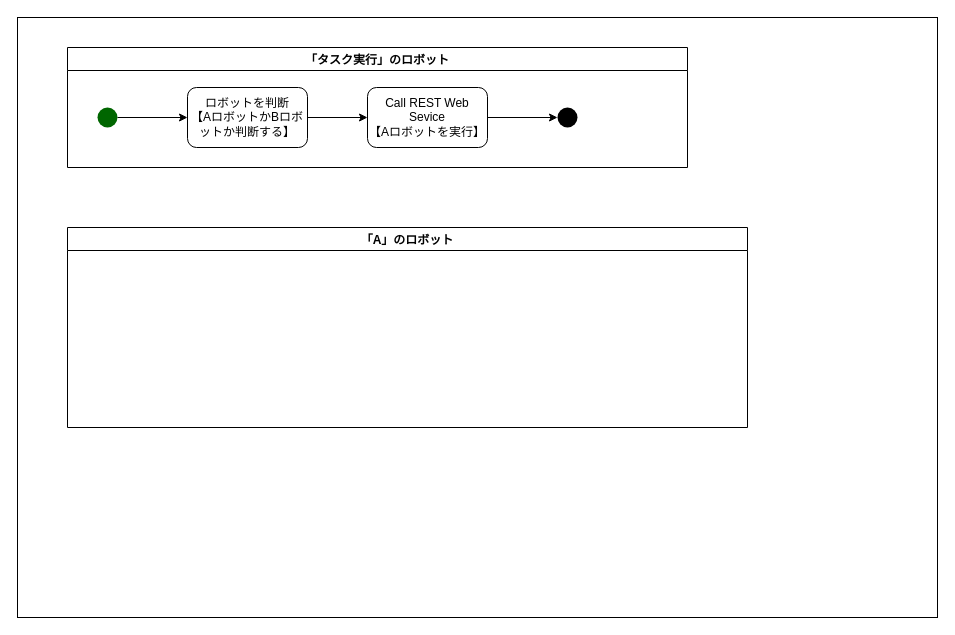
thanhnt0804/hello keeps this draw.io diagram as API連携流れ.drawio. Above is the earlier version. Source tidied: cells renumbered, new cells numbered last; positions are measured from the earlier drawing's top-left corner, leaving out a move shared by most shapes. Both pictures are drawn from the tidied source at 100%, with x=0, y=0 at pixel (17, 17).
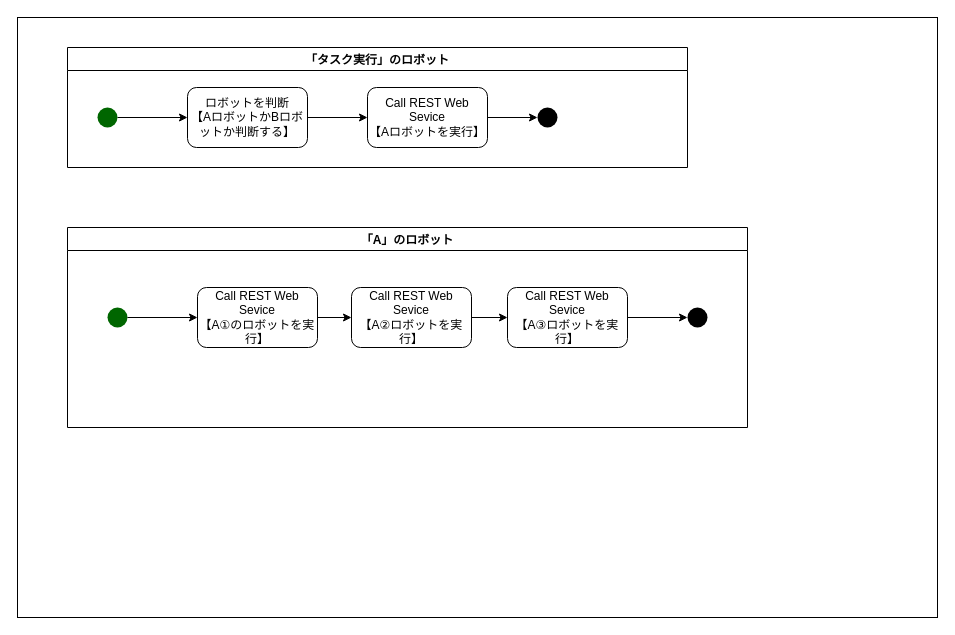
The same page after the edit.

The change refers to these unchanged cells:
```xml
<mxCell id="3" value="「タスク実行」のロボット" style="swimlane;" parent="1" vertex="1">
  <mxGeometry x="50" y="30" width="620" height="120" as="geometry" />
</mxCell>
<mxCell id="11" value="「A」のロボット" style="swimlane;fillColor=#FFFFFF;" parent="1" vertex="1">
  <mxGeometry x="50" y="210" width="680" height="200" as="geometry" />
</mxCell>
```

What changed in the source:
```diff
@@
     <mxCell id="4" style="ellipse;whiteSpace=wrap;html=1;strokeColor=none;fillColor=#000000;" parent="3" vertex="1">
-      <mxGeometry x="490" y="60" width="20" height="20" as="geometry" />
+      <mxGeometry x="470" y="60" width="20" height="20" as="geometry" />
     </mxCell>
@@
+    <mxCell id="12" style="ellipse;whiteSpace=wrap;html=1;strokeColor=none;fillColor=#006600;" parent="11" vertex="1">
+      <mxGeometry x="40" y="80" width="20" height="20" as="geometry" />
+    </mxCell>
+    <mxCell id="13" value="Call REST Web Sevice&lt;br&gt;【A②ロボットを実行】" style="rounded=1;whiteSpace=wrap;html=1;" parent="11" vertex="1">
+      <mxGeometry x="284" y="60" width="120" height="60" as="geometry" />
+    </mxCell>
+    <mxCell id="14" style="ellipse;whiteSpace=wrap;html=1;strokeColor=none;fillColor=#000000;" parent="11" vertex="1">
+      <mxGeometry x="620" y="80" width="20" height="20" as="geometry" />
+    </mxCell>
+    <mxCell id="15" style="edgeStyle=orthogonalEdgeStyle;rounded=0;jettySize=auto;html=1;entryX=0;entryY=0.5;entryDx=0;entryDy=0;" parent="1" edge="1" source="16" target="13">
+      <mxGeometry relative="1" as="geometry" />
+    </mxCell>
+    <mxCell id="16" value="Call REST Web Sevice&lt;br&gt;【A①のロボットを実行】" style="rounded=1;whiteSpace=wrap;html=1;" parent="1" vertex="1">
+      <mxGeometry x="180" y="270" width="120" height="60" as="geometry" />
+    </mxCell>
+    <mxCell id="17" style="edgeStyle=orthogonalEdgeStyle;rounded=0;jettySize=auto;html=1;" parent="1" edge="1" source="18" target="14">
+      <mxGeometry relative="1" as="geometry" />
+    </mxCell>
+    <mxCell id="18" value="Call REST Web Sevice&lt;br&gt;【A③ロボットを実行】" style="rounded=1;whiteSpace=wrap;html=1;" parent="1" vertex="1">
+      <mxGeometry x="490" y="270" width="120" height="60" as="geometry" />
+    </mxCell>
+    <mxCell id="19" style="edgeStyle=orthogonalEdgeStyle;rounded=0;jettySize=auto;html=1;entryX=0;entryY=0.5;entryDx=0;entryDy=0;" parent="1" edge="1" source="12" target="16">
+      <mxGeometry relative="1" as="geometry" />
+    </mxCell>
+    <mxCell id="20" style="edgeStyle=orthogonalEdgeStyle;rounded=0;jettySize=auto;html=1;entryX=0;entryY=0.5;entryDx=0;entryDy=0;" parent="1" edge="1" source="13" target="18">
+      <mxGeometry relative="1" as="geometry" />
+    </mxCell>
```
